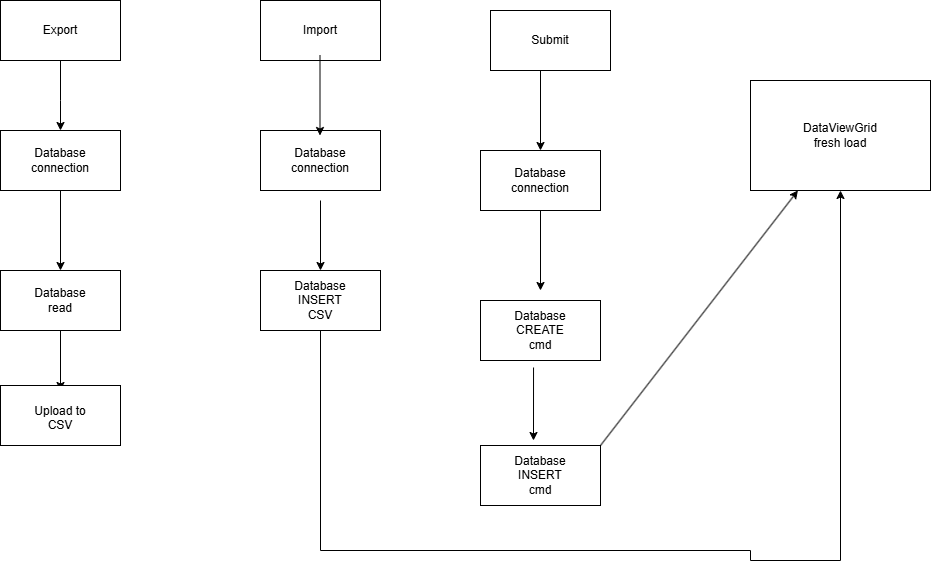
This is Docs/FitnessTracker.drawio.png from LukaPollo/FitnessTracker, a draw.io export, as it was before one commit. Source tidied: cells renumbered, new cells last; positions are measured from the earlier drawing's top-left corner, leaving out a move shared by most shapes.
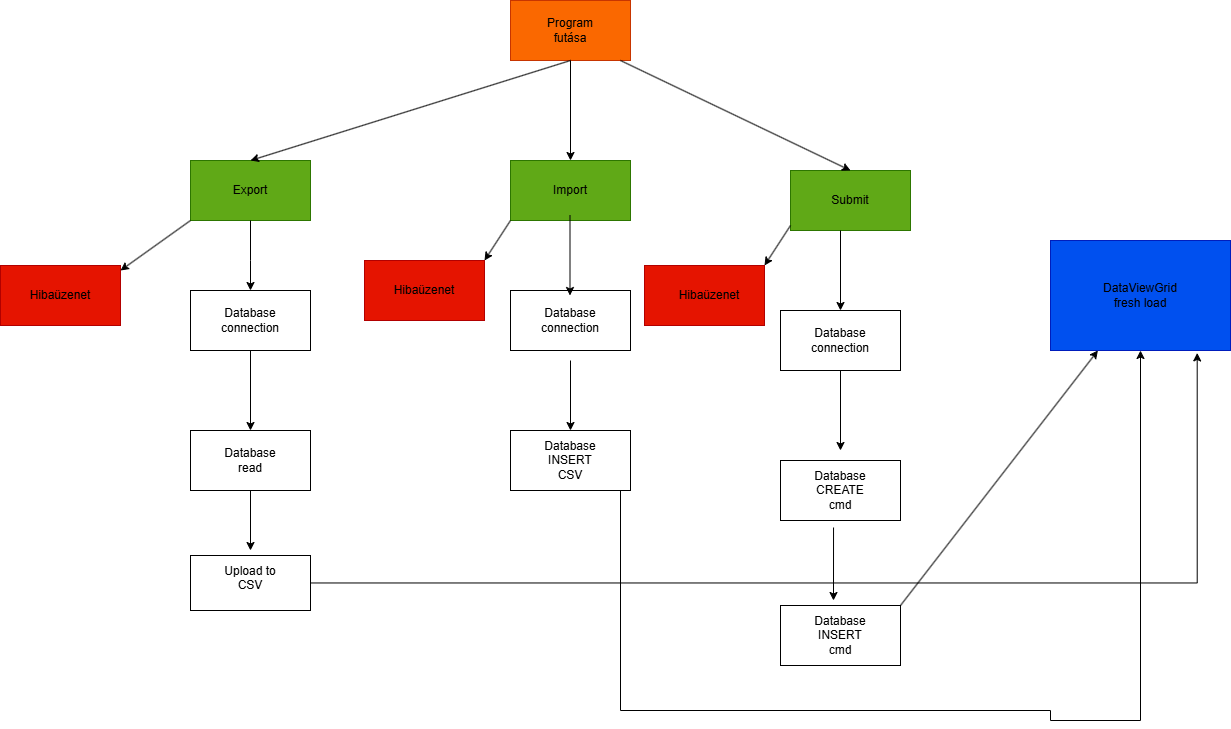
After the commit.

What changed in the source:
```diff
@@ -2,85 +2,85 @@
   <root>
     <mxCell id="0" />
     <mxCell id="1" parent="0" />
-    <mxCell id="2" style="rounded=0;whiteSpace=wrap;html=1;" parent="1" vertex="1">
-      <mxGeometry x="490" y="10" width="120" height="60" as="geometry" />
+    <mxCell id="2" style="rounded=0;whiteSpace=wrap;html=1;fillColor=#60a917;fontColor=#ffffff;strokeColor=#2D7600;" parent="1" vertex="1">
+      <mxGeometry x="790" y="330" width="120" height="60" as="geometry" />
     </mxCell>
     <mxCell id="3" value="Submit" style="text;html=1;whiteSpace=wrap;strokeColor=none;fillColor=none;align=center;verticalAlign=middle;rounded=0;" parent="1" vertex="1">
-      <mxGeometry x="520" y="25" width="60" height="30" as="geometry" />
+      <mxGeometry x="820" y="345" width="60" height="30" as="geometry" />
     </mxCell>
     <mxCell id="4" style="endArrow=classic;html=1;rounded=0;" parent="1" edge="1">
       <mxGeometry relative="1" as="geometry">
-        <mxPoint x="540" y="70" as="sourcePoint" />
-        <mxPoint x="540" y="150" as="targetPoint" />
+        <mxPoint x="840" y="390" as="sourcePoint" />
+        <mxPoint x="840" y="470" as="targetPoint" />
       </mxGeometry>
     </mxCell>
     <mxCell id="5" style="whiteSpace=wrap;html=1;" parent="1" vertex="1">
-      <mxGeometry x="480" y="150" width="120" height="60" as="geometry" />
+      <mxGeometry x="780" y="470" width="120" height="60" as="geometry" />
     </mxCell>
     <mxCell id="6" value="Database connection" style="text;html=1;whiteSpace=wrap;strokeColor=none;fillColor=none;align=center;verticalAlign=middle;rounded=0;" parent="1" vertex="1">
-      <mxGeometry x="510" y="165" width="60" height="30" as="geometry" />
+      <mxGeometry x="810" y="485" width="60" height="30" as="geometry" />
     </mxCell>
     <mxCell id="7" style="endArrow=classic;html=1;rounded=0;exitX=0.5;exitY=1;exitDx=0;exitDy=0;" parent="1" edge="1" source="5">
       <mxGeometry relative="1" as="geometry">
-        <mxPoint x="540" y="290" as="targetPoint" />
+        <mxPoint x="840" y="610" as="targetPoint" />
       </mxGeometry>
     </mxCell>
     <mxCell id="8" style="rounded=0;whiteSpace=wrap;html=1;" parent="1" vertex="1">
-      <mxGeometry x="480" y="300" width="120" height="60" as="geometry" />
+      <mxGeometry x="780" y="620" width="120" height="60" as="geometry" />
     </mxCell>
     <mxCell id="9" value="Database CREATE cmd" style="text;html=1;whiteSpace=wrap;strokeColor=none;fillColor=none;align=center;verticalAlign=middle;rounded=0;" parent="1" vertex="1">
-      <mxGeometry x="510" y="315" width="60" height="30" as="geometry" />
+      <mxGeometry x="810" y="635" width="60" height="30" as="geometry" />
     </mxCell>
     <mxCell id="10" style="endArrow=classic;html=1;rounded=0;exitX=0.442;exitY=1.117;exitDx=0;exitDy=0;exitPerimeter=0;" parent="1" edge="1" source="8">
       <mxGeometry relative="1" as="geometry">
-        <mxPoint x="533" y="440" as="targetPoint" />
+        <mxPoint x="833" y="760" as="targetPoint" />
       </mxGeometry>
     </mxCell>
     <mxCell id="11" style="rounded=0;whiteSpace=wrap;html=1;" parent="1" vertex="1">
-      <mxGeometry x="480" y="445" width="120" height="60" as="geometry" />
+      <mxGeometry x="780" y="765" width="120" height="60" as="geometry" />
     </mxCell>
     <mxCell id="12" value="Database INSERT cmd" style="text;html=1;whiteSpace=wrap;strokeColor=none;fillColor=none;align=center;verticalAlign=middle;rounded=0;" parent="1" vertex="1">
-      <mxGeometry x="510" y="460" width="60" height="30" as="geometry" />
+      <mxGeometry x="810" y="780" width="60" height="30" as="geometry" />
     </mxCell>
     <mxCell id="13" style="endArrow=classic;html=1;rounded=0;" parent="1" edge="1" target="14">
       <mxGeometry relative="1" as="geometry">
-        <mxPoint x="600" y="445" as="sourcePoint" />
+        <mxPoint x="900" y="765" as="sourcePoint" />
       </mxGeometry>
     </mxCell>
-    <mxCell id="14" style="rounded=0;whiteSpace=wrap;html=1;" parent="1" vertex="1">
-      <mxGeometry x="750" y="80" width="180" height="110" as="geometry" />
+    <mxCell id="14" style="rounded=0;whiteSpace=wrap;html=1;fillColor=#0050ef;fontColor=#ffffff;strokeColor=#001DBC;" parent="1" vertex="1">
+      <mxGeometry x="1050" y="400" width="180" height="110" as="geometry" />
     </mxCell>
     <mxCell id="15" value="DataViewGrid&lt;div&gt;fresh load&lt;/div&gt;" style="text;html=1;whiteSpace=wrap;strokeColor=none;fillColor=none;align=center;verticalAlign=middle;rounded=0;" parent="1" vertex="1">
-      <mxGeometry x="810" y="120" width="60" height="30" as="geometry" />
+      <mxGeometry x="1110" y="440" width="60" height="30" as="geometry" />
     </mxCell>
-    <mxCell id="16" style="rounded=0;whiteSpace=wrap;html=1;" parent="1" vertex="1">
-      <mxGeometry x="260" width="120" height="60" as="geometry" />
+    <mxCell id="16" style="rounded=0;whiteSpace=wrap;html=1;fillColor=#60a917;fontColor=#ffffff;strokeColor=#2D7600;" parent="1" vertex="1">
+      <mxGeometry x="510" y="320" width="120" height="60" as="geometry" />
     </mxCell>
-    <mxCell id="17" style="rounded=0;whiteSpace=wrap;html=1;" parent="1" vertex="1">
-      <mxGeometry width="120" height="60" as="geometry" />
+    <mxCell id="17" style="rounded=0;whiteSpace=wrap;html=1;fillColor=#60a917;fontColor=#ffffff;strokeColor=#2D7600;" parent="1" vertex="1">
+      <mxGeometry x="190" y="320" width="120" height="60" as="geometry" />
     </mxCell>
     <mxCell id="18" style="rounded=0;whiteSpace=wrap;html=1;" parent="1" vertex="1">
-      <mxGeometry y="130" width="120" height="60" as="geometry" />
+      <mxGeometry x="190" y="450" width="120" height="60" as="geometry" />
     </mxCell>
     <mxCell id="19" style="rounded=0;whiteSpace=wrap;html=1;" parent="1" vertex="1">
-      <mxGeometry x="260" y="130" width="120" height="60" as="geometry" />
+      <mxGeometry x="510" y="450" width="120" height="60" as="geometry" />
     </mxCell>
     <mxCell id="20" style="rounded=0;whiteSpace=wrap;html=1;" parent="1" vertex="1">
-      <mxGeometry y="270" width="120" height="60" as="geometry" />
+      <mxGeometry x="190" y="590" width="120" height="60" as="geometry" />
     </mxCell>
     <mxCell id="21" style="rounded=0;whiteSpace=wrap;html=1;" parent="1" vertex="1">
-      <mxGeometry x="260" y="270" width="120" height="60" as="geometry" />
+      <mxGeometry x="510" y="590" width="120" height="60" as="geometry" />
     </mxCell>
     <mxCell id="22" style="endArrow=classic;html=1;rounded=0;" parent="1" edge="1">
       <mxGeometry relative="1" as="geometry">
-        <mxPoint x="319.5" y="55" as="sourcePoint" />
-        <mxPoint x="319.5" y="135" as="targetPoint" />
+        <mxPoint x="569.5" y="375" as="sourcePoint" />
+        <mxPoint x="569.5" y="455" as="targetPoint" />
       </mxGeometry>
     </mxCell>
     <mxCell id="23" style="endArrow=classic;html=1;rounded=0;entryX=0.5;entryY=0;entryDx=0;entryDy=0;exitX=0.5;exitY=1;exitDx=0;exitDy=0;" parent="1" edge="1" source="17" target="18">
       <mxGeometry relative="1" as="geometry">
         <Array as="points">
-          <mxPoint x="60" y="100" />
+          <mxPoint x="250" y="420" />
         </Array>
       </mxGeometry>
     </mxCell>
@@ -89,47 +89,100 @@
     </mxCell>
     <mxCell id="25" style="endArrow=classic;html=1;rounded=0;entryX=0.5;entryY=0;entryDx=0;entryDy=0;" parent="1" edge="1" target="21">
       <mxGeometry relative="1" as="geometry">
-        <mxPoint x="320" y="200" as="sourcePoint" />
+        <mxPoint x="570" y="520" as="sourcePoint" />
       </mxGeometry>
     </mxCell>
     <mxCell id="26" value="Import" style="text;html=1;whiteSpace=wrap;strokeColor=none;fillColor=none;align=center;verticalAlign=middle;rounded=0;" parent="1" vertex="1">
-      <mxGeometry x="290" y="15" width="60" height="30" as="geometry" />
+      <mxGeometry x="540" y="335" width="60" height="30" as="geometry" />
     </mxCell>
     <mxCell id="27" value="Export" style="text;html=1;whiteSpace=wrap;strokeColor=none;fillColor=none;align=center;verticalAlign=middle;rounded=0;" parent="1" vertex="1">
-      <mxGeometry x="30" y="15" width="60" height="30" as="geometry" />
+      <mxGeometry x="220" y="335" width="60" height="30" as="geometry" />
     </mxCell>
     <mxCell id="28" value="Database connection" style="text;html=1;whiteSpace=wrap;strokeColor=none;fillColor=none;align=center;verticalAlign=middle;rounded=0;" parent="1" vertex="1">
-      <mxGeometry x="30" y="145" width="60" height="30" as="geometry" />
+      <mxGeometry x="220" y="465" width="60" height="30" as="geometry" />
     </mxCell>
     <mxCell id="29" value="Database read" style="text;html=1;whiteSpace=wrap;strokeColor=none;fillColor=none;align=center;verticalAlign=middle;rounded=0;" parent="1" vertex="1">
-      <mxGeometry x="30" y="285" width="60" height="30" as="geometry" />
+      <mxGeometry x="220" y="605" width="60" height="30" as="geometry" />
     </mxCell>
     <mxCell id="30" style="endArrow=classic;html=1;rounded=0;exitX=0.5;exitY=1;exitDx=0;exitDy=0;" parent="1" edge="1" source="20">
       <mxGeometry relative="1" as="geometry">
-        <mxPoint x="60" y="390" as="targetPoint" />
+        <mxPoint x="250" y="710" as="targetPoint" />
       </mxGeometry>
     </mxCell>
     <mxCell id="31" style="rounded=0;whiteSpace=wrap;html=1;" parent="1" vertex="1">
-      <mxGeometry y="385" width="120" height="60" as="geometry" />
+      <mxGeometry x="190" y="715" width="120" height="55" as="geometry" />
     </mxCell>
     <mxCell id="32" value="Upload to CSV&lt;div&gt;&lt;br&gt;&lt;/div&gt;" style="text;html=1;whiteSpace=wrap;strokeColor=none;fillColor=none;align=center;verticalAlign=middle;rounded=0;" parent="1" vertex="1">
-      <mxGeometry x="30" y="410" width="60" height="30" as="geometry" />
+      <mxGeometry x="220" y="730" width="60" height="30" as="geometry" />
     </mxCell>
     <mxCell id="33" value="Database connection" style="text;html=1;whiteSpace=wrap;strokeColor=none;fillColor=none;align=center;verticalAlign=middle;rounded=0;" parent="1" vertex="1">
-      <mxGeometry x="290" y="145" width="60" height="30" as="geometry" />
+      <mxGeometry x="540" y="465" width="60" height="30" as="geometry" />
     </mxCell>
     <mxCell id="34" value="Database INSERT CSV" style="text;html=1;whiteSpace=wrap;strokeColor=none;fillColor=none;align=center;verticalAlign=middle;rounded=0;" parent="1" vertex="1">
-      <mxGeometry x="290" y="285" width="60" height="30" as="geometry" />
+      <mxGeometry x="540" y="605" width="60" height="30" as="geometry" />
     </mxCell>
     <mxCell id="35" style="endArrow=classic;html=1;rounded=0;exitX=0.5;exitY=1;exitDx=0;exitDy=0;edgeStyle=orthogonalEdgeStyle;entryX=0.5;entryY=1;entryDx=0;entryDy=0;" parent="1" edge="1" source="21" target="14">
       <mxGeometry relative="1" as="geometry">
         <Array as="points">
-          <mxPoint x="320" y="550" />
-          <mxPoint x="750" y="550" />
-          <mxPoint x="750" y="560" />
-          <mxPoint x="840" y="560" />
+          <mxPoint x="620" y="870" />
+          <mxPoint x="1050" y="870" />
+          <mxPoint x="1050" y="880" />
+          <mxPoint x="1140" y="880" />
         </Array>
       </mxGeometry>
     </mxCell>
+    <mxCell id="36" style="rounded=0;whiteSpace=wrap;html=1;fillColor=#fa6800;fontColor=#000000;strokeColor=#C73500;" parent="1" vertex="1">
+      <mxGeometry x="510" y="160" width="120" height="60" as="geometry" />
+    </mxCell>
+    <mxCell id="37" value="Program futása" style="text;html=1;whiteSpace=wrap;strokeColor=none;fillColor=none;align=center;verticalAlign=middle;rounded=0;" parent="1" vertex="1">
+      <mxGeometry x="540" y="175" width="60" height="30" as="geometry" />
+    </mxCell>
+    <mxCell id="38" style="endArrow=classic;html=1;rounded=0;exitX=0.5;exitY=1;exitDx=0;exitDy=0;entryX=0.5;entryY=0;entryDx=0;entryDy=0;" parent="1" edge="1" source="36" target="17">
+      <mxGeometry relative="1" as="geometry" />
+    </mxCell>
+    <mxCell id="39" style="endArrow=classic;html=1;rounded=0;exitX=0.5;exitY=1;exitDx=0;exitDy=0;entryX=0.5;entryY=0;entryDx=0;entryDy=0;" parent="1" edge="1" source="36" target="16">
+      <mxGeometry relative="1" as="geometry" />
+    </mxCell>
+    <mxCell id="40" style="endArrow=classic;html=1;rounded=0;entryX=0.5;entryY=0;entryDx=0;entryDy=0;" parent="1" edge="1" target="2">
+      <mxGeometry relative="1" as="geometry">
+        <mxPoint x="620" y="220" as="sourcePoint" />
+      </mxGeometry>
+    </mxCell>
+    <mxCell id="41" style="endArrow=classic;html=1;rounded=0;exitX=0;exitY=1;exitDx=0;exitDy=0;" parent="1" edge="1" source="17">
+      <mxGeometry relative="1" as="geometry">
+        <mxPoint x="120" y="430" as="targetPoint" />
+      </mxGeometry>
+    </mxCell>
+    <mxCell id="42" style="rounded=0;whiteSpace=wrap;html=1;fillColor=light-dark(#E51400,#FF0800);fontColor=#ffffff;strokeColor=#B20000;" parent="1" vertex="1">
+      <mxGeometry y="425" width="120" height="60" as="geometry" />
+    </mxCell>
+    <mxCell id="43" value="Hibaüzenet" style="text;html=1;whiteSpace=wrap;strokeColor=none;fillColor=none;align=center;verticalAlign=middle;rounded=0;" parent="1" vertex="1">
+      <mxGeometry x="30" y="440" width="60" height="30" as="geometry" />
+    </mxCell>
+    <mxCell id="44" style="rounded=0;whiteSpace=wrap;html=1;fillColor=light-dark(#E51400,#FF0000);fontColor=#ffffff;strokeColor=#B20000;" parent="1" vertex="1">
+      <mxGeometry x="364" y="420" width="120" height="60" as="geometry" />
+    </mxCell>
+    <mxCell id="45" value="Hibaüzenet" style="text;html=1;whiteSpace=wrap;strokeColor=none;fillColor=none;align=center;verticalAlign=middle;rounded=0;" parent="1" vertex="1">
+      <mxGeometry x="394" y="435" width="60" height="30" as="geometry" />
+    </mxCell>
+    <mxCell id="46" style="endArrow=classic;html=1;rounded=0;entryX=1;entryY=0;entryDx=0;entryDy=0;" parent="1" edge="1" target="44">
+      <mxGeometry relative="1" as="geometry">
+        <mxPoint x="510" y="380" as="sourcePoint" />
+      </mxGeometry>
+    </mxCell>
+    <mxCell id="47" style="rounded=0;whiteSpace=wrap;html=1;fillColor=light-dark(#e51400, #ff1f0a);fontColor=#ffffff;strokeColor=#B20000;" parent="1" vertex="1">
+      <mxGeometry x="644" y="425" width="120" height="60" as="geometry" />
+    </mxCell>
+    <mxCell id="48" value="Hibaüzenet" style="text;html=1;whiteSpace=wrap;strokeColor=none;fillColor=none;align=center;verticalAlign=middle;rounded=0;" parent="1" vertex="1">
+      <mxGeometry x="684" y="440" width="50" height="30" as="geometry" />
+    </mxCell>
+    <mxCell id="49" style="endArrow=classic;html=1;rounded=0;entryX=1;entryY=0;entryDx=0;entryDy=0;" parent="1" edge="1" target="47">
+      <mxGeometry relative="1" as="geometry">
+        <mxPoint x="790" y="385" as="sourcePoint" />
+      </mxGeometry>
+    </mxCell>
+    <mxCell id="50" style="edgeStyle=orthogonalEdgeStyle;rounded=0;jettySize=auto;html=1;entryX=0.815;entryY=1.022;entryDx=0;entryDy=0;entryPerimeter=0;" parent="1" edge="1" source="31" target="14">
+      <mxGeometry relative="1" as="geometry" />
+    </mxCell>
   </root>
 </mxGraphModel>
```
